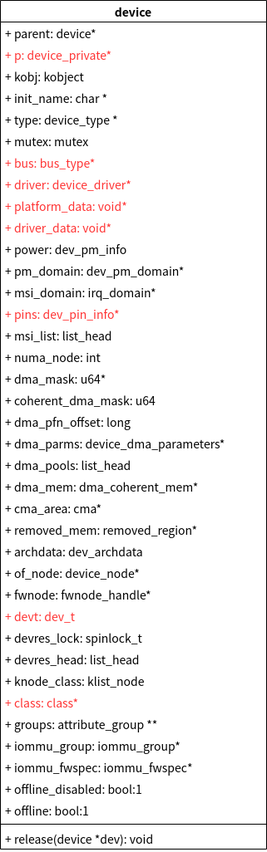
Before: linux kernel device.png, a diagram exported from draw.io (zhangmeizhen/test2). Source tidied: cells renumbered, new cells last; positions are measured from the earlier drawing's top-left corner, leaving out a move shared by most shapes.
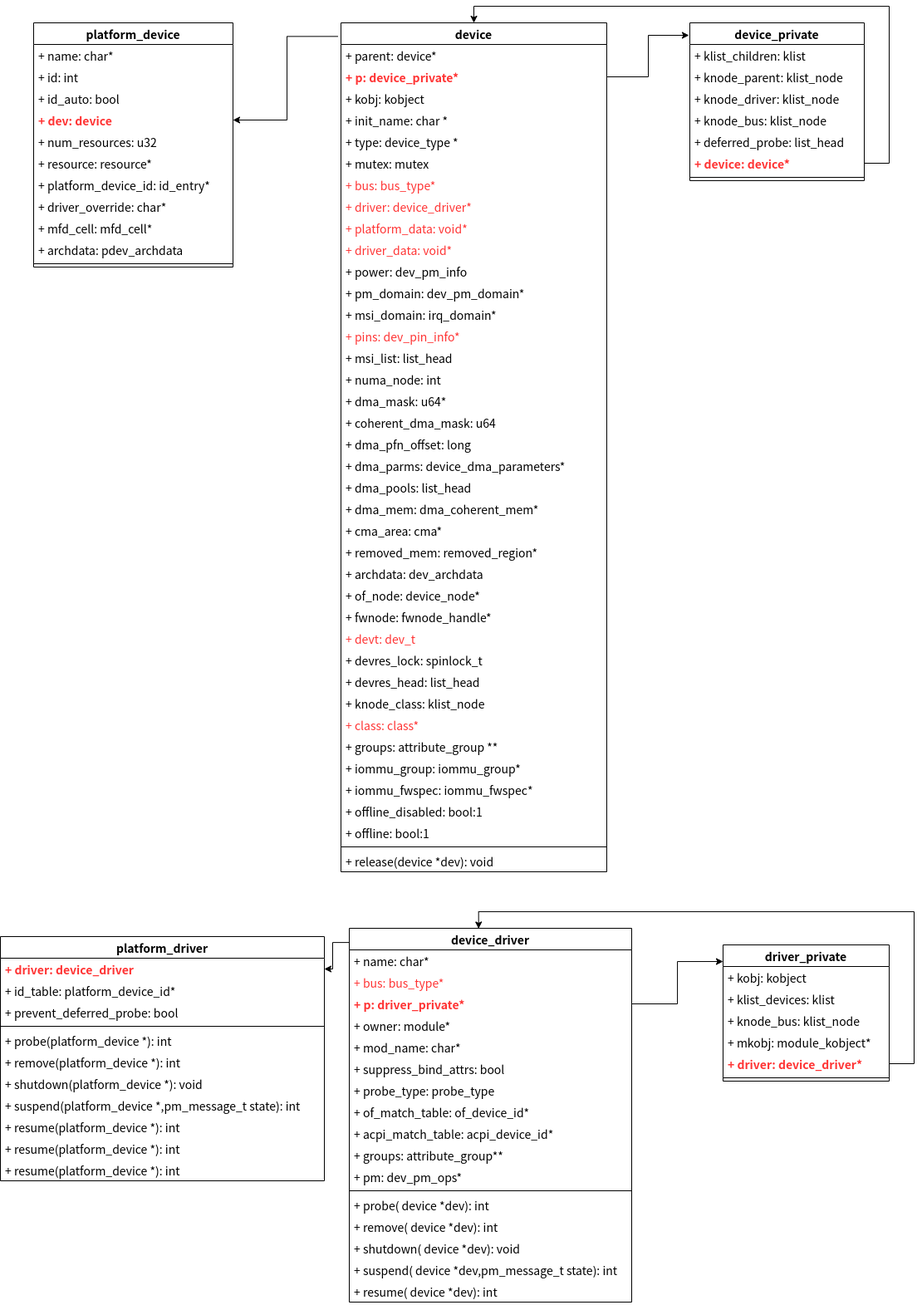
After the commit.

The edit, as a diff of the source:
```diff
@@ -2,13 +2,16 @@
   <root>
     <mxCell id="0" />
     <mxCell id="1" parent="0" />
+    <mxCell id="42" style="edgeStyle=orthogonalEdgeStyle;rounded=0;jettySize=auto;html=1;entryX=1;entryY=0.5;entryDx=0;entryDy=0;fontSize=14;fontColor=#FF3333;exitX=-0.012;exitY=0.016;exitDx=0;exitDy=0;exitPerimeter=0;" parent="1" edge="1" source="2" target="47">
+      <mxGeometry relative="1" as="geometry" />
+    </mxCell>
     <mxCell id="2" value="device" style="swimlane;fontStyle=1;align=center;verticalAlign=top;horizontal=1;startSize=26;fontSize=14;" parent="1" vertex="1">
       <mxGeometry width="320" height="1022" as="geometry" />
     </mxCell>
     <mxCell id="3" value="+ parent: device*" style="text;strokeColor=none;fillColor=none;align=left;verticalAlign=top;spacingLeft=4;spacingRight=4;overflow=hidden;fontSize=14;" parent="2" vertex="1">
       <mxGeometry y="26" width="320" height="26" as="geometry" />
     </mxCell>
-    <mxCell id="4" value="+ p: device_private*" style="text;strokeColor=none;fillColor=none;align=left;verticalAlign=top;spacingLeft=4;spacingRight=4;overflow=hidden;points=[[0,0.5],[1,0.5]];portConstraint=eastwest;fontSize=14;fontColor=#FF3333;" parent="2" vertex="1">
+    <mxCell id="4" value="+ p: device_private*" style="text;strokeColor=none;fillColor=none;align=left;verticalAlign=top;spacingLeft=4;spacingRight=4;overflow=hidden;points=[[0,0.5],[1,0.5]];portConstraint=eastwest;fontSize=14;fontColor=#FF3333;fontStyle=1;" parent="2" vertex="1">
       <mxGeometry y="52" width="320" height="26" as="geometry" />
     </mxCell>
     <mxCell id="5" value="+ kobj: kobject" style="text;strokeColor=none;fillColor=none;align=left;verticalAlign=top;spacingLeft=4;spacingRight=4;overflow=hidden;fontSize=14;" parent="2" vertex="1">
@@ -122,5 +125,203 @@
     <mxCell id="41" value="+ release(device *dev): void" style="text;strokeColor=none;fillColor=none;align=left;verticalAlign=top;spacingLeft=4;spacingRight=4;overflow=hidden;fontSize=14;" parent="2" vertex="1">
       <mxGeometry y="996" width="320" height="26" as="geometry" />
     </mxCell>
+    <mxCell id="43" value="platform_device" style="swimlane;fontStyle=1;align=center;verticalAlign=top;horizontal=1;startSize=26;fontSize=14;fontColor=#000000;" parent="1" vertex="1">
+      <mxGeometry x="-370" width="240" height="294" as="geometry" />
+    </mxCell>
+    <mxCell id="44" value="+ name: char*" style="text;strokeColor=none;fillColor=none;align=left;verticalAlign=top;spacingLeft=4;spacingRight=4;overflow=hidden;fontSize=14;fontColor=#000000;" parent="43" vertex="1">
+      <mxGeometry y="26" width="240" height="26" as="geometry" />
+    </mxCell>
+    <mxCell id="45" value="+ id: int" style="text;strokeColor=none;fillColor=none;align=left;verticalAlign=top;spacingLeft=4;spacingRight=4;overflow=hidden;fontSize=14;fontColor=#000000;" parent="43" vertex="1">
+      <mxGeometry y="52" width="240" height="26" as="geometry" />
+    </mxCell>
+    <mxCell id="46" value="+ id_auto: bool" style="text;strokeColor=none;fillColor=none;align=left;verticalAlign=top;spacingLeft=4;spacingRight=4;overflow=hidden;fontSize=14;fontColor=#000000;" parent="43" vertex="1">
+      <mxGeometry y="78" width="240" height="26" as="geometry" />
+    </mxCell>
+    <mxCell id="47" value="+ dev: device" style="text;strokeColor=none;fillColor=none;align=left;verticalAlign=top;spacingLeft=4;spacingRight=4;overflow=hidden;points=[[0,0.5],[1,0.5]];portConstraint=eastwest;fontSize=14;fontColor=#FF3333;fontStyle=1;" parent="43" vertex="1">
+      <mxGeometry y="104" width="240" height="26" as="geometry" />
+    </mxCell>
+    <mxCell id="48" value="+ num_resources: u32" style="text;strokeColor=none;fillColor=none;align=left;verticalAlign=top;spacingLeft=4;spacingRight=4;overflow=hidden;fontSize=14;fontColor=#000000;" parent="43" vertex="1">
+      <mxGeometry y="130" width="240" height="26" as="geometry" />
+    </mxCell>
+    <mxCell id="49" value="+ resource: resource*" style="text;strokeColor=none;fillColor=none;align=left;verticalAlign=top;spacingLeft=4;spacingRight=4;overflow=hidden;fontSize=14;fontColor=#000000;" parent="43" vertex="1">
+      <mxGeometry y="156" width="240" height="26" as="geometry" />
+    </mxCell>
+    <mxCell id="50" value="+ platform_device_id: id_entry*" style="text;strokeColor=none;fillColor=none;align=left;verticalAlign=top;spacingLeft=4;spacingRight=4;overflow=hidden;fontSize=14;fontColor=#000000;" parent="43" vertex="1">
+      <mxGeometry y="182" width="240" height="26" as="geometry" />
+    </mxCell>
+    <mxCell id="51" value="+ driver_override: char*" style="text;strokeColor=none;fillColor=none;align=left;verticalAlign=top;spacingLeft=4;spacingRight=4;overflow=hidden;fontSize=14;fontColor=#000000;" parent="43" vertex="1">
+      <mxGeometry y="208" width="240" height="26" as="geometry" />
+    </mxCell>
+    <mxCell id="52" value="+ mfd_cell: mfd_cell*" style="text;strokeColor=none;fillColor=none;align=left;verticalAlign=top;spacingLeft=4;spacingRight=4;overflow=hidden;fontSize=14;fontColor=#000000;" parent="43" vertex="1">
+      <mxGeometry y="234" width="240" height="26" as="geometry" />
+    </mxCell>
+    <mxCell id="53" value="+ archdata: pdev_archdata" style="text;strokeColor=none;fillColor=none;align=left;verticalAlign=top;spacingLeft=4;spacingRight=4;overflow=hidden;fontSize=14;fontColor=#000000;" parent="43" vertex="1">
+      <mxGeometry y="260" width="240" height="26" as="geometry" />
+    </mxCell>
+    <mxCell id="54" style="line;strokeWidth=1;fillColor=none;align=left;verticalAlign=middle;spacingTop=-1;spacingLeft=3;spacingRight=3;labelPosition=right;fontSize=14;fontColor=#000000;" parent="43" vertex="1">
+      <mxGeometry y="286" width="240" height="8" as="geometry" />
+    </mxCell>
+    <mxCell id="55" value="platform_driver" style="swimlane;fontStyle=1;align=center;verticalAlign=top;horizontal=1;startSize=26;fontSize=14;fontColor=#000000;" parent="1" vertex="1">
+      <mxGeometry x="-410" y="1100" width="390" height="294" as="geometry" />
+    </mxCell>
+    <mxCell id="56" value="+ driver: device_driver" style="text;strokeColor=none;fillColor=none;align=left;verticalAlign=top;spacingLeft=4;spacingRight=4;overflow=hidden;points=[[0,0.5],[1,0.5]];portConstraint=eastwest;fontSize=14;fontColor=#FF3333;fontStyle=1;" parent="55" vertex="1">
+      <mxGeometry y="26" width="390" height="26" as="geometry" />
+    </mxCell>
+    <mxCell id="57" value="+ id_table: platform_device_id*" style="text;strokeColor=none;fillColor=none;align=left;verticalAlign=top;spacingLeft=4;spacingRight=4;overflow=hidden;fontSize=14;fontColor=#000000;" parent="55" vertex="1">
+      <mxGeometry y="52" width="390" height="26" as="geometry" />
+    </mxCell>
+    <mxCell id="58" value="+ prevent_deferred_probe: bool" style="text;strokeColor=none;fillColor=none;align=left;verticalAlign=top;spacingLeft=4;spacingRight=4;overflow=hidden;fontSize=14;fontColor=#000000;" parent="55" vertex="1">
+      <mxGeometry y="78" width="390" height="26" as="geometry" />
+    </mxCell>
+    <mxCell id="59" style="line;strokeWidth=1;fillColor=none;align=left;verticalAlign=middle;spacingTop=-1;spacingLeft=3;spacingRight=3;labelPosition=right;fontSize=14;fontColor=#000000;" parent="55" vertex="1">
+      <mxGeometry y="104" width="390" height="8" as="geometry" />
+    </mxCell>
+    <mxCell id="60" value="+ probe(platform_device *): int" style="text;strokeColor=none;fillColor=none;align=left;verticalAlign=top;spacingLeft=4;spacingRight=4;overflow=hidden;fontSize=14;fontColor=#000000;" parent="55" vertex="1">
+      <mxGeometry y="112" width="390" height="26" as="geometry" />
+    </mxCell>
+    <mxCell id="61" value="+ remove(platform_device *): int" style="text;strokeColor=none;fillColor=none;align=left;verticalAlign=top;spacingLeft=4;spacingRight=4;overflow=hidden;fontSize=14;fontColor=#000000;" parent="55" vertex="1">
+      <mxGeometry y="138" width="390" height="26" as="geometry" />
+    </mxCell>
+    <mxCell id="62" value="+ shutdown(platform_device *): void" style="text;strokeColor=none;fillColor=none;align=left;verticalAlign=top;spacingLeft=4;spacingRight=4;overflow=hidden;fontSize=14;fontColor=#000000;" parent="55" vertex="1">
+      <mxGeometry y="164" width="390" height="26" as="geometry" />
+    </mxCell>
+    <mxCell id="63" value="+ suspend(platform_device *,pm_message_t state): int" style="text;strokeColor=none;fillColor=none;align=left;verticalAlign=top;spacingLeft=4;spacingRight=4;overflow=hidden;fontSize=14;fontColor=#000000;" parent="55" vertex="1">
+      <mxGeometry y="190" width="390" height="26" as="geometry" />
+    </mxCell>
+    <mxCell id="64" value="+ resume(platform_device *): int" style="text;strokeColor=none;fillColor=none;align=left;verticalAlign=top;spacingLeft=4;spacingRight=4;overflow=hidden;fontSize=14;fontColor=#000000;" parent="55" vertex="1">
+      <mxGeometry y="216" width="390" height="26" as="geometry" />
+    </mxCell>
+    <mxCell id="65" value="+ resume(platform_device *): int" style="text;strokeColor=none;fillColor=none;align=left;verticalAlign=top;spacingLeft=4;spacingRight=4;overflow=hidden;fontSize=14;fontColor=#000000;" parent="55" vertex="1">
+      <mxGeometry y="242" width="390" height="26" as="geometry" />
+    </mxCell>
+    <mxCell id="66" value="+ resume(platform_device *): int" style="text;strokeColor=none;fillColor=none;align=left;verticalAlign=top;spacingLeft=4;spacingRight=4;overflow=hidden;fontSize=14;fontColor=#000000;" parent="55" vertex="1">
+      <mxGeometry y="268" width="390" height="26" as="geometry" />
+    </mxCell>
+    <mxCell id="67" style="edgeStyle=orthogonalEdgeStyle;rounded=0;jettySize=auto;html=1;entryX=1;entryY=0.5;entryDx=0;entryDy=0;fontSize=14;fontColor=#FF3333;exitX=0.003;exitY=0.038;exitDx=0;exitDy=0;exitPerimeter=0;" parent="1" edge="1" source="68" target="56">
+      <mxGeometry relative="1" as="geometry" />
+    </mxCell>
+    <mxCell id="68" value="device_driver" style="swimlane;fontStyle=1;align=center;verticalAlign=top;horizontal=1;startSize=26;fontSize=14;fontColor=#000000;" parent="1" vertex="1">
+      <mxGeometry x="10" y="1090" width="340" height="450" as="geometry" />
+    </mxCell>
+    <mxCell id="69" value="+ name: char*" style="text;strokeColor=none;fillColor=none;align=left;verticalAlign=top;spacingLeft=4;spacingRight=4;overflow=hidden;fontSize=14;fontColor=#000000;" parent="68" vertex="1">
+      <mxGeometry y="26" width="340" height="26" as="geometry" />
+    </mxCell>
+    <mxCell id="70" value="+ bus: bus_type*" style="text;strokeColor=none;fillColor=none;align=left;verticalAlign=top;spacingLeft=4;spacingRight=4;overflow=hidden;fontSize=14;fontColor=#FF3333;" parent="68" vertex="1">
+      <mxGeometry y="52" width="340" height="26" as="geometry" />
+    </mxCell>
+    <mxCell id="71" value="+ p: driver_private*" style="text;strokeColor=none;fillColor=none;align=left;verticalAlign=top;spacingLeft=4;spacingRight=4;overflow=hidden;points=[[0,0.5],[1,0.5]];portConstraint=eastwest;fontSize=14;fontColor=#FF3333;fontStyle=1;" parent="68" vertex="1">
+      <mxGeometry y="78" width="340" height="26" as="geometry" />
+    </mxCell>
+    <mxCell id="72" value="+ owner: module*" style="text;strokeColor=none;fillColor=none;align=left;verticalAlign=top;spacingLeft=4;spacingRight=4;overflow=hidden;fontSize=14;fontColor=#000000;" parent="68" vertex="1">
+      <mxGeometry y="104" width="340" height="26" as="geometry" />
+    </mxCell>
+    <mxCell id="73" value="+ mod_name: char*" style="text;strokeColor=none;fillColor=none;align=left;verticalAlign=top;spacingLeft=4;spacingRight=4;overflow=hidden;fontSize=14;fontColor=#000000;" parent="68" vertex="1">
+      <mxGeometry y="130" width="340" height="26" as="geometry" />
+    </mxCell>
+    <mxCell id="74" value="+ suppress_bind_attrs: bool" style="text;strokeColor=none;fillColor=none;align=left;verticalAlign=top;spacingLeft=4;spacingRight=4;overflow=hidden;fontSize=14;fontColor=#000000;" parent="68" vertex="1">
+      <mxGeometry y="156" width="340" height="26" as="geometry" />
+    </mxCell>
+    <mxCell id="75" value="+ probe_type: probe_type" style="text;strokeColor=none;fillColor=none;align=left;verticalAlign=top;spacingLeft=4;spacingRight=4;overflow=hidden;fontSize=14;fontColor=#000000;" parent="68" vertex="1">
+      <mxGeometry y="182" width="340" height="26" as="geometry" />
+    </mxCell>
+    <mxCell id="76" value="+ of_match_table: of_device_id*" style="text;strokeColor=none;fillColor=none;align=left;verticalAlign=top;spacingLeft=4;spacingRight=4;overflow=hidden;fontSize=14;fontColor=#000000;" parent="68" vertex="1">
+      <mxGeometry y="208" width="340" height="26" as="geometry" />
+    </mxCell>
+    <mxCell id="77" value="+ acpi_match_table: acpi_device_id*" style="text;strokeColor=none;fillColor=none;align=left;verticalAlign=top;spacingLeft=4;spacingRight=4;overflow=hidden;fontSize=14;fontColor=#000000;" parent="68" vertex="1">
+      <mxGeometry y="234" width="340" height="26" as="geometry" />
+    </mxCell>
+    <mxCell id="78" value="+ groups: attribute_group**" style="text;strokeColor=none;fillColor=none;align=left;verticalAlign=top;spacingLeft=4;spacingRight=4;overflow=hidden;fontSize=14;fontColor=#000000;" parent="68" vertex="1">
+      <mxGeometry y="260" width="340" height="26" as="geometry" />
+    </mxCell>
+    <mxCell id="79" value="+ pm: dev_pm_ops*" style="text;strokeColor=none;fillColor=none;align=left;verticalAlign=top;spacingLeft=4;spacingRight=4;overflow=hidden;fontSize=14;fontColor=#000000;" parent="68" vertex="1">
+      <mxGeometry y="286" width="340" height="26" as="geometry" />
+    </mxCell>
+    <mxCell id="80" style="line;strokeWidth=1;fillColor=none;align=left;verticalAlign=middle;spacingTop=-1;spacingLeft=3;spacingRight=3;labelPosition=right;fontSize=14;fontColor=#000000;" parent="68" vertex="1">
+      <mxGeometry y="312" width="340" height="8" as="geometry" />
+    </mxCell>
+    <mxCell id="81" value="+ probe( device *dev): int" style="text;strokeColor=none;fillColor=none;align=left;verticalAlign=top;spacingLeft=4;spacingRight=4;overflow=hidden;fontSize=14;fontColor=#000000;" parent="68" vertex="1">
+      <mxGeometry y="320" width="340" height="26" as="geometry" />
+    </mxCell>
+    <mxCell id="82" value="+ remove( device *dev): int" style="text;strokeColor=none;fillColor=none;align=left;verticalAlign=top;spacingLeft=4;spacingRight=4;overflow=hidden;fontSize=14;fontColor=#000000;" parent="68" vertex="1">
+      <mxGeometry y="346" width="340" height="26" as="geometry" />
+    </mxCell>
+    <mxCell id="83" value="+ shutdown( device *dev): void" style="text;strokeColor=none;fillColor=none;align=left;verticalAlign=top;spacingLeft=4;spacingRight=4;overflow=hidden;fontSize=14;fontColor=#000000;" parent="68" vertex="1">
+      <mxGeometry y="372" width="340" height="26" as="geometry" />
+    </mxCell>
+    <mxCell id="84" value="+ suspend( device *dev,pm_message_t state): int" style="text;strokeColor=none;fillColor=none;align=left;verticalAlign=top;spacingLeft=4;spacingRight=4;overflow=hidden;fontSize=14;fontColor=#000000;" parent="68" vertex="1">
+      <mxGeometry y="398" width="340" height="26" as="geometry" />
+    </mxCell>
+    <mxCell id="85" value="+ resume( device *dev): int" style="text;strokeColor=none;fillColor=none;align=left;verticalAlign=top;spacingLeft=4;spacingRight=4;overflow=hidden;fontSize=14;fontColor=#000000;" parent="68" vertex="1">
+      <mxGeometry y="424" width="340" height="26" as="geometry" />
+    </mxCell>
+    <mxCell id="86" value="device_private" style="swimlane;fontStyle=1;align=center;verticalAlign=top;horizontal=1;startSize=26;fontSize=14;fontColor=#000000;" parent="1" vertex="1">
+      <mxGeometry x="420" width="210" height="190" as="geometry" />
+    </mxCell>
+    <mxCell id="87" value="+ klist_children: klist" style="text;strokeColor=none;fillColor=none;align=left;verticalAlign=top;spacingLeft=4;spacingRight=4;overflow=hidden;fontSize=14;fontColor=#000000;" parent="86" vertex="1">
+      <mxGeometry y="26" width="210" height="26" as="geometry" />
+    </mxCell>
+    <mxCell id="88" value="+ knode_parent: klist_node" style="text;strokeColor=none;fillColor=none;align=left;verticalAlign=top;spacingLeft=4;spacingRight=4;overflow=hidden;fontSize=14;fontColor=#000000;" parent="86" vertex="1">
+      <mxGeometry y="52" width="210" height="26" as="geometry" />
+    </mxCell>
+    <mxCell id="89" value="+ knode_driver: klist_node" style="text;strokeColor=none;fillColor=none;align=left;verticalAlign=top;spacingLeft=4;spacingRight=4;overflow=hidden;fontSize=14;fontColor=#000000;" parent="86" vertex="1">
+      <mxGeometry y="78" width="210" height="26" as="geometry" />
+    </mxCell>
+    <mxCell id="90" value="+ knode_bus: klist_node" style="text;strokeColor=none;fillColor=none;align=left;verticalAlign=top;spacingLeft=4;spacingRight=4;overflow=hidden;fontSize=14;fontColor=#000000;" parent="86" vertex="1">
+      <mxGeometry y="104" width="210" height="26" as="geometry" />
+    </mxCell>
+    <mxCell id="91" value="+ deferred_probe: list_head" style="text;strokeColor=none;fillColor=none;align=left;verticalAlign=top;spacingLeft=4;spacingRight=4;overflow=hidden;fontSize=14;fontColor=#000000;" parent="86" vertex="1">
+      <mxGeometry y="130" width="210" height="26" as="geometry" />
+    </mxCell>
+    <mxCell id="92" value="+ device: device*" style="text;strokeColor=none;fillColor=none;align=left;verticalAlign=top;spacingLeft=4;spacingRight=4;overflow=hidden;points=[[0,0.5],[1,0.5]];portConstraint=eastwest;fontSize=14;fontColor=#FF3333;fontStyle=1;" parent="86" vertex="1">
+      <mxGeometry y="156" width="210" height="26" as="geometry" />
+    </mxCell>
+    <mxCell id="93" style="line;strokeWidth=1;fillColor=none;align=left;verticalAlign=middle;spacingTop=-1;spacingLeft=3;spacingRight=3;labelPosition=right;fontSize=14;fontColor=#000000;" parent="86" vertex="1">
+      <mxGeometry y="182" width="210" height="8" as="geometry" />
+    </mxCell>
+    <mxCell id="94" style="edgeStyle=orthogonalEdgeStyle;rounded=0;jettySize=auto;html=1;fontSize=14;fontColor=#000000;entryX=-0.005;entryY=0.079;entryDx=0;entryDy=0;entryPerimeter=0;" parent="1" edge="1" source="4" target="86">
+      <mxGeometry relative="1" as="geometry" />
+    </mxCell>
+    <mxCell id="95" value="driver_private" style="swimlane;fontStyle=1;align=center;verticalAlign=top;horizontal=1;startSize=26;fontSize=14;fontColor=#000000;" parent="1" vertex="1">
+      <mxGeometry x="460" y="1110" width="200" height="164" as="geometry" />
+    </mxCell>
+    <mxCell id="96" value="+ kobj: kobject" style="text;strokeColor=none;fillColor=none;align=left;verticalAlign=top;spacingLeft=4;spacingRight=4;overflow=hidden;fontSize=14;fontColor=#000000;" parent="95" vertex="1">
+      <mxGeometry y="26" width="200" height="26" as="geometry" />
+    </mxCell>
+    <mxCell id="97" value="+ klist_devices: klist" style="text;strokeColor=none;fillColor=none;align=left;verticalAlign=top;spacingLeft=4;spacingRight=4;overflow=hidden;fontSize=14;fontColor=#000000;" parent="95" vertex="1">
+      <mxGeometry y="52" width="200" height="26" as="geometry" />
+    </mxCell>
+    <mxCell id="98" value="+ knode_bus: klist_node" style="text;strokeColor=none;fillColor=none;align=left;verticalAlign=top;spacingLeft=4;spacingRight=4;overflow=hidden;fontSize=14;fontColor=#000000;" parent="95" vertex="1">
+      <mxGeometry y="78" width="200" height="26" as="geometry" />
+    </mxCell>
+    <mxCell id="99" value="+ mkobj: module_kobject*" style="text;strokeColor=none;fillColor=none;align=left;verticalAlign=top;spacingLeft=4;spacingRight=4;overflow=hidden;fontSize=14;fontColor=#000000;" parent="95" vertex="1">
+      <mxGeometry y="104" width="200" height="26" as="geometry" />
+    </mxCell>
+    <mxCell id="100" value="+ driver: device_driver*" style="text;strokeColor=none;fillColor=none;align=left;verticalAlign=top;spacingLeft=4;spacingRight=4;overflow=hidden;points=[[0,0.5],[1,0.5]];portConstraint=eastwest;fontSize=14;fontColor=#FF3333;fontStyle=1;" parent="95" vertex="1">
+      <mxGeometry y="130" width="200" height="26" as="geometry" />
+    </mxCell>
+    <mxCell id="101" style="line;strokeWidth=1;fillColor=none;align=left;verticalAlign=middle;spacingTop=-1;spacingLeft=3;spacingRight=3;labelPosition=right;fontSize=14;fontColor=#000000;" parent="95" vertex="1">
+      <mxGeometry y="156" width="200" height="8" as="geometry" />
+    </mxCell>
+    <mxCell id="102" style="edgeStyle=orthogonalEdgeStyle;rounded=0;jettySize=auto;html=1;entryX=0;entryY=0.122;entryDx=0;entryDy=0;entryPerimeter=0;fontSize=14;fontColor=#000000;" parent="1" edge="1" source="71" target="95">
+      <mxGeometry relative="1" as="geometry" />
+    </mxCell>
+    <mxCell id="103" style="edgeStyle=orthogonalEdgeStyle;rounded=0;jettySize=auto;html=1;entryX=0.5;entryY=0;entryDx=0;entryDy=0;fontSize=14;fontColor=#000000;" parent="1" edge="1" source="92" target="2">
+      <mxGeometry relative="1" as="geometry">
+        <Array as="points">
+          <mxPoint x="660" y="169" />
+          <mxPoint x="660" y="-20" />
+          <mxPoint x="160" y="-20" />
+        </Array>
+      </mxGeometry>
+    </mxCell>
+    <mxCell id="104" style="edgeStyle=orthogonalEdgeStyle;rounded=0;jettySize=auto;html=1;entryX=0.458;entryY=0.001;entryDx=0;entryDy=0;entryPerimeter=0;fontSize=14;fontColor=#000000;" parent="1" edge="1" source="100" target="68">
+      <mxGeometry relative="1" as="geometry">
+        <Array as="points">
+          <mxPoint x="690" y="1253" />
+          <mxPoint x="690" y="1070" />
+          <mxPoint x="166" y="1070" />
+        </Array>
+      </mxGeometry>
+    </mxCell>
   </root>
 </mxGraphModel>
```
